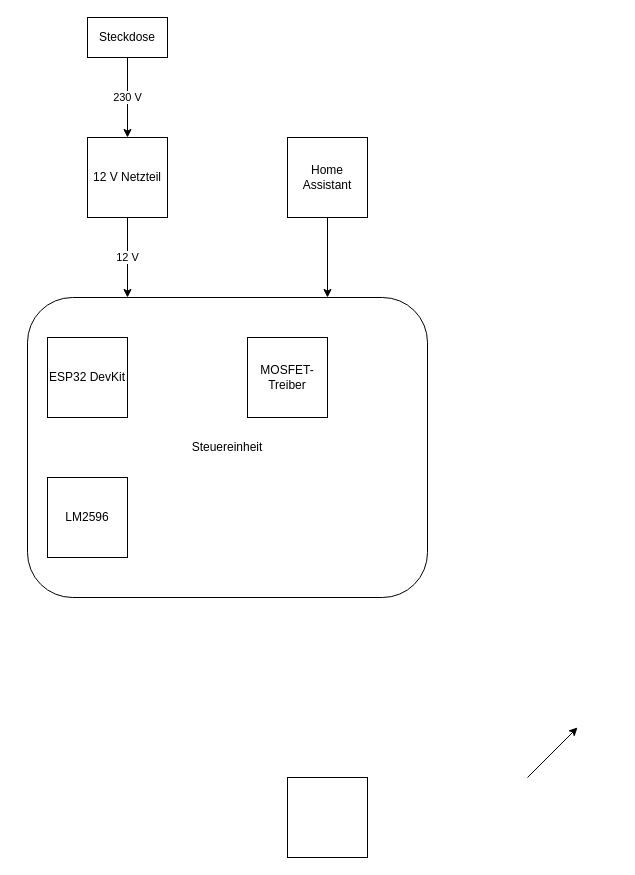
ChrisTinkers/SmartSprout keeps this draw.io diagram as Unbenanntes Diagramm.drawio. Above is the earlier version. Source tidied: cells renumbered, new cells numbered last; positions are measured from the earlier drawing's top-left corner, leaving out a move shared by most shapes. Both pictures are drawn from the tidied source at 100%, with x=0, y=0 at pixel (27, 17).
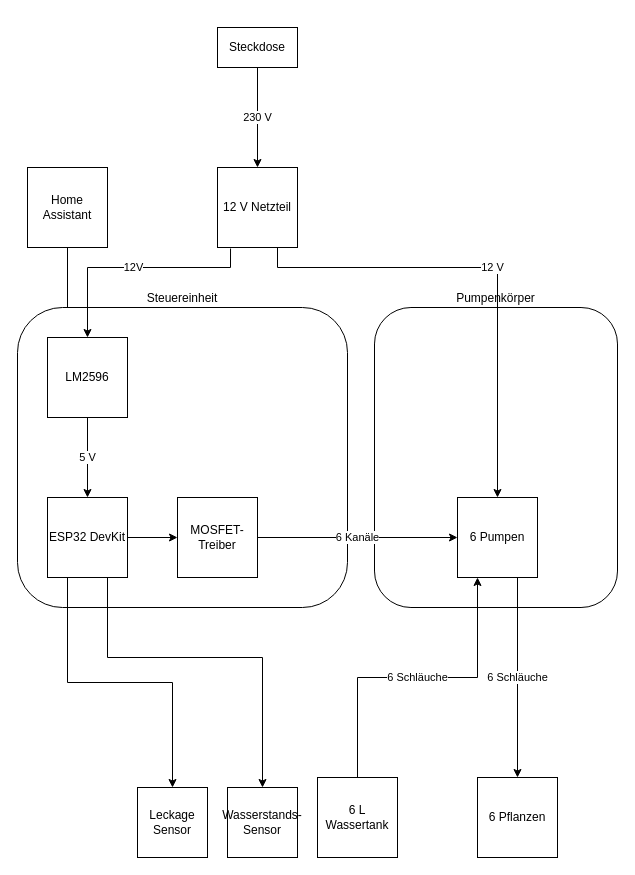
The same diagram, later.

Diff of the diagram source:
```diff
@@
+    <mxCell id="14" value="Pumpenkörper" style="rounded=1;whiteSpace=wrap;html=1;labelPosition=center;verticalLabelPosition=top;align=center;verticalAlign=bottom;" parent="1" vertex="1">
+      <mxGeometry x="347" y="290" width="243" height="300" as="geometry" />
+    </mxCell>
-    <mxCell id="2" style="edgeStyle=orthogonalEdgeStyle;rounded=0;jettySize=auto;html=1;exitX=0.5;exitY=1;exitDx=0;exitDy=0;entryX=0.75;entryY=0;entryDx=0;entryDy=0;" parent="1" edge="1" source="9" target="3">
+    <mxCell id="2" style="edgeStyle=orthogonalEdgeStyle;rounded=0;jettySize=auto;html=1;exitX=0.5;exitY=1;exitDx=0;exitDy=0;entryX=0;entryY=0.5;entryDx=0;entryDy=0;" parent="1" edge="1" source="9" target="6">
       <mxGeometry relative="1" as="geometry" />
     </mxCell>
-    <mxCell id="3" value="Steuereinheit" style="rounded=1;whiteSpace=wrap;html=1;align=center;" parent="1" vertex="1">
-      <mxGeometry y="280" width="400" height="300" as="geometry" />
+    <mxCell id="3" value="Steuereinheit" style="rounded=1;whiteSpace=wrap;html=1;align=center;labelPosition=center;verticalLabelPosition=top;verticalAlign=bottom;" parent="1" vertex="1">
+      <mxGeometry x="-10" y="290" width="330" height="300" as="geometry" />
     </mxCell>
     <mxCell id="4" value="Steckdose" style="rounded=0;whiteSpace=wrap;html=1;" parent="1" vertex="1">
-      <mxGeometry x="60" width="80" height="40" as="geometry" />
+      <mxGeometry x="190" y="10" width="80" height="40" as="geometry" />
     </mxCell>
+    <mxCell id="15" value="12V" style="edgeStyle=orthogonalEdgeStyle;rounded=0;jettySize=auto;html=1;exitX=0.163;exitY=1.013;exitDx=0;exitDy=0;entryX=0.5;entryY=0;entryDx=0;entryDy=0;exitPerimeter=0;" parent="1" edge="1" source="5" target="7">
+      <mxGeometry relative="1" as="geometry">
+        <Array as="points">
+          <mxPoint x="203" y="250" />
+          <mxPoint x="60" y="250" />
+        </Array>
+      </mxGeometry>
+    </mxCell>
+    <mxCell id="12" value="12 V" style="edgeStyle=orthogonalEdgeStyle;rounded=0;jettySize=auto;html=1;exitX=0.75;exitY=1;exitDx=0;exitDy=0;entryX=0.5;entryY=0;entryDx=0;entryDy=0;" parent="1" edge="1" source="5" target="22">
+      <mxGeometry relative="1" as="geometry">
+        <Array as="points">
+          <mxPoint x="250" y="250" />
+          <mxPoint x="470" y="250" />
+        </Array>
+      </mxGeometry>
+    </mxCell>
     <mxCell id="5" value="12 V Netzteil" style="rounded=0;whiteSpace=wrap;html=1;" parent="1" vertex="1">
-      <mxGeometry x="60" y="120" width="80" height="80" as="geometry" />
+      <mxGeometry x="190" y="150" width="80" height="80" as="geometry" />
     </mxCell>
+    <mxCell id="16" style="edgeStyle=orthogonalEdgeStyle;rounded=0;jettySize=auto;html=1;exitX=1;exitY=0.5;exitDx=0;exitDy=0;entryX=0;entryY=0.5;entryDx=0;entryDy=0;" parent="1" edge="1" source="6" target="8">
+      <mxGeometry relative="1" as="geometry" />
+    </mxCell>
+    <mxCell id="17" style="edgeStyle=orthogonalEdgeStyle;rounded=0;jettySize=auto;html=1;exitX=0.25;exitY=1;exitDx=0;exitDy=0;" parent="1" edge="1" source="6" target="25">
+      <mxGeometry relative="1" as="geometry" />
+    </mxCell>
+    <mxCell id="18" style="edgeStyle=orthogonalEdgeStyle;rounded=0;jettySize=auto;html=1;exitX=0.75;exitY=1;exitDx=0;exitDy=0;entryX=0.5;entryY=0;entryDx=0;entryDy=0;" parent="1" edge="1" source="6" target="26">
+      <mxGeometry relative="1" as="geometry">
+        <Array as="points">
+          <mxPoint x="80" y="640" />
+          <mxPoint x="235" y="640" />
+        </Array>
+      </mxGeometry>
+    </mxCell>
     <mxCell id="6" value="ESP32 DevKit" style="rounded=0;whiteSpace=wrap;html=1;" parent="1" vertex="1">
-      <mxGeometry x="20" y="320" width="80" height="80" as="geometry" />
+      <mxGeometry x="20" y="480" width="80" height="80" as="geometry" />
     </mxCell>
+    <mxCell id="19" value="5 V" style="edgeStyle=orthogonalEdgeStyle;rounded=0;jettySize=auto;html=1;exitX=0.5;exitY=1;exitDx=0;exitDy=0;entryX=0.5;entryY=0;entryDx=0;entryDy=0;" parent="1" edge="1" source="7" target="6">
+      <mxGeometry relative="1" as="geometry" />
+    </mxCell>
     <mxCell id="7" value="LM2596" style="rounded=0;whiteSpace=wrap;html=1;" parent="1" vertex="1">
-      <mxGeometry x="20" y="460" width="80" height="80" as="geometry" />
+      <mxGeometry x="20" y="320" width="80" height="80" as="geometry" />
     </mxCell>
+    <mxCell id="20" value="6 Kanäle" style="edgeStyle=orthogonalEdgeStyle;rounded=0;jettySize=auto;html=1;exitX=1;exitY=0.5;exitDx=0;exitDy=0;" parent="1" edge="1" source="8" target="22">
+      <mxGeometry relative="1" as="geometry" />
+    </mxCell>
     <mxCell id="8" value="MOSFET-Treiber" style="whiteSpace=wrap;html=1;" parent="1" vertex="1">
-      <mxGeometry x="220" y="320" width="80" height="80" as="geometry" />
+      <mxGeometry x="150" y="480" width="80" height="80" as="geometry" />
     </mxCell>
     <mxCell id="9" value="Home Assistant" style="rounded=0;whiteSpace=wrap;html=1;" parent="1" vertex="1">
-      <mxGeometry x="260" y="120" width="80" height="80" as="geometry" />
+      <mxGeometry y="150" width="80" height="80" as="geometry" />
     </mxCell>
@@
-    <mxCell id="11" style="endArrow=classic;html=1;rounded=0;" parent="1" edge="1">
-      <mxGeometry relative="1" as="geometry">
-        <mxPoint x="500" y="760" as="sourcePoint" />
-        <mxPoint x="550" y="710" as="targetPoint" />
-      </mxGeometry>
-    </mxCell>
-    <mxCell id="12" value="12 V" style="edgeStyle=orthogonalEdgeStyle;rounded=0;jettySize=auto;html=1;exitX=0.5;exitY=1;exitDx=0;exitDy=0;entryX=0.25;entryY=0;entryDx=0;entryDy=0;" parent="1" edge="1" source="5" target="3">
-      <mxGeometry relative="1" as="geometry" />
-    </mxCell>
-    <mxCell id="13" style="rounded=0;whiteSpace=wrap;html=1;" parent="1" vertex="1">
-      <mxGeometry x="260" y="760" width="80" height="80" as="geometry" />
+    <mxCell id="13" value="6 L Wassertank" style="rounded=0;whiteSpace=wrap;html=1;" parent="1" vertex="1">
+      <mxGeometry x="290" y="760" width="80" height="80" as="geometry" />
     </mxCell>
+    <mxCell id="21" value="6 Pflanzen" style="rounded=0;whiteSpace=wrap;html=1;" parent="1" vertex="1">
+      <mxGeometry x="450" y="760" width="80" height="80" as="geometry" />
+    </mxCell>
+    <mxCell id="22" value="6 Pumpen" style="rounded=0;whiteSpace=wrap;html=1;" parent="1" vertex="1">
+      <mxGeometry x="430" y="480" width="80" height="80" as="geometry" />
+    </mxCell>
+    <mxCell id="23" value="6 Schläuche" style="edgeStyle=orthogonalEdgeStyle;rounded=0;jettySize=auto;html=1;exitX=0.5;exitY=0;exitDx=0;exitDy=0;entryX=0.25;entryY=1;entryDx=0;entryDy=0;" parent="1" edge="1" source="13" target="22">
+      <mxGeometry relative="1" as="geometry" />
+    </mxCell>
+    <mxCell id="24" value="6 Schläuche" style="endArrow=classic;html=1;rounded=0;exitX=0.75;exitY=1;exitDx=0;exitDy=0;entryX=0.5;entryY=0;entryDx=0;entryDy=0;" parent="1" edge="1" source="22" target="21">
+      <mxGeometry relative="1" as="geometry" />
+    </mxCell>
+    <mxCell id="25" value="Leckage&lt;div&gt;Sensor&lt;/div&gt;" style="rounded=0;whiteSpace=wrap;html=1;" parent="1" vertex="1">
+      <mxGeometry x="110" y="770" width="70" height="70" as="geometry" />
+    </mxCell>
+    <mxCell id="26" value="Wasserstands-&lt;div&gt;Sensor&lt;/div&gt;" style="rounded=0;whiteSpace=wrap;html=1;" parent="1" vertex="1">
+      <mxGeometry x="200" y="770" width="70" height="70" as="geometry" />
+    </mxCell>
```
